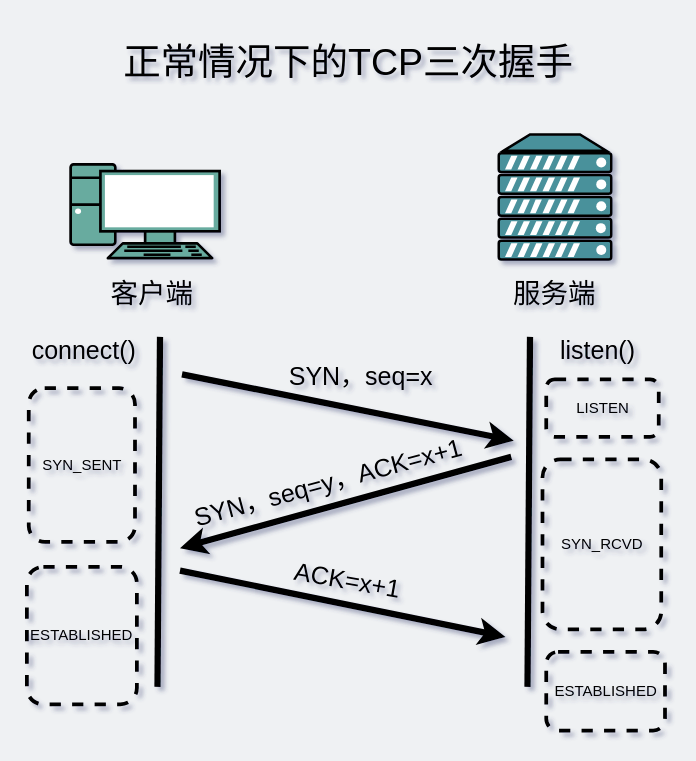
xiaobaiTech/image keeps this draw.io diagram as network/正常情况下的TCP三次握手.drawio. Above is the earlier version. Source tidied: cells renumbered, new cells numbered last; positions are measured from the earlier drawing's top-left corner, leaving out a move shared by most shapes. Both pictures are drawn from the tidied source at 125%, with x=0, y=0 at pixel (26, 44).
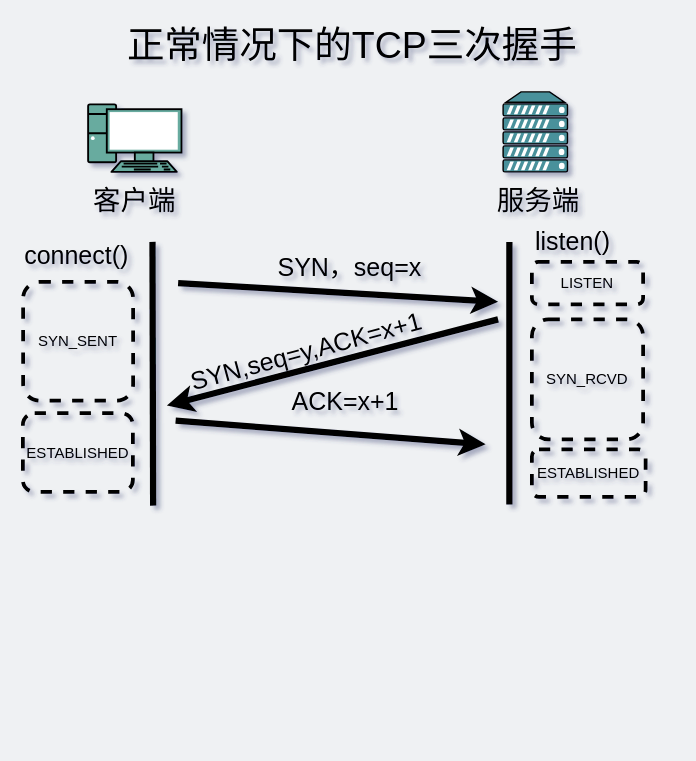
The same page after the edit.

Commit message:
Update 正常情况下的TCP三次握手.drawio

The edit, as a diff of the source:
```diff
@@
     <mxCell id="2" style="fontColor=#0066CC;verticalAlign=top;verticalLabelPosition=bottom;labelPosition=center;align=center;html=1;gradientColor=none;gradientDirection=north;strokeWidth=2;shape=mxgraph.networks.pc;fillColor=#67AB9F;fontSize=30;" parent="1" vertex="1">
-      <mxGeometry x="35" y="96" width="119.2" height="75" as="geometry" />
+      <mxGeometry x="49" y="48" width="74.7" height="54" as="geometry" />
     </mxCell>
     <mxCell id="3" value="客户端" style="text;html=1;strokeColor=none;fillColor=none;align=center;verticalAlign=middle;whiteSpace=wrap;rounded=0;fontSize=22;" parent="1" vertex="1">
-      <mxGeometry x="11" y="190" width="179" height="20" as="geometry" />
+      <mxGeometry x="-3.2" y="116" width="179" height="20" as="geometry" />
     </mxCell>
     <mxCell id="4" style="fontColor=#0066CC;verticalAlign=top;verticalLabelPosition=bottom;labelPosition=center;align=center;html=1;gradientColor=none;gradientDirection=north;strokeWidth=2;shape=mxgraph.networks.server;fillColor=#4A919B;" parent="1" vertex="1">
-      <mxGeometry x="377.5" y="72" width="90" height="100" as="geometry" />
+      <mxGeometry x="381" y="38" width="51.5" height="64" as="geometry" />
     </mxCell>
     <mxCell id="5" value="服务端" style="text;html=1;strokeColor=none;fillColor=none;align=center;verticalAlign=middle;whiteSpace=wrap;rounded=0;fontSize=22;" parent="1" vertex="1">
-      <mxGeometry x="333" y="190" width="179" height="20" as="geometry" />
+      <mxGeometry x="320" y="116" width="179" height="20" as="geometry" />
     </mxCell>
     <mxCell id="6" value="&lt;font style=&quot;font-size: 30px&quot;&gt;正常情况下的TCP三次握手&lt;/font&gt;" style="text;html=1;strokeColor=none;fillColor=none;align=center;verticalAlign=middle;whiteSpace=wrap;rounded=0;" parent="1" vertex="1">
-      <mxGeometry x="60" width="395" height="28" as="geometry" />
+      <mxGeometry x="63" y="-14" width="395" height="28" as="geometry" />
     </mxCell>
     <mxCell id="7" style="endArrow=none;html=1;strokeWidth=5;" parent="1" edge="1">
       <mxGeometry relative="1" as="geometry">
-        <mxPoint x="104.5" y="514" as="sourcePoint" />
-        <mxPoint x="106.5" y="234" as="targetPoint" />
+        <mxPoint x="101" y="369" as="sourcePoint" />
+        <mxPoint x="100.5" y="158" as="targetPoint" />
       </mxGeometry>
     </mxCell>
-    <mxCell id="8" style="endArrow=none;html=1;strokeWidth=5;" parent="1" edge="1">
-      <mxGeometry relative="1" as="geometry">
-        <mxPoint x="400.5" y="514" as="sourcePoint" />
-        <mxPoint x="402.5" y="234" as="targetPoint" />
-      </mxGeometry>
-    </mxCell>
     <mxCell id="9" style="endArrow=classic;html=1;strokeWidth=5;fontSize=20;" parent="1" edge="1">
       <mxGeometry relative="1" as="geometry">
-        <mxPoint x="124.1" y="264" as="sourcePoint" />
-        <mxPoint x="389.5" y="317" as="targetPoint" />
+        <mxPoint x="121" y="191" as="sourcePoint" />
+        <mxPoint x="377" y="206" as="targetPoint" />
       </mxGeometry>
     </mxCell>
     <mxCell id="10" value="SYN，seq=x" style="text;html=1;strokeColor=none;fillColor=none;align=center;verticalAlign=middle;whiteSpace=wrap;rounded=0;fontSize=20;" parent="1" vertex="1">
-      <mxGeometry x="196.5" y="254" width="141" height="21" as="geometry" />
+      <mxGeometry x="188" y="167" width="141" height="21" as="geometry" />
     </mxCell>
     <mxCell id="11" style="endArrow=none;html=1;strokeWidth=5;startArrow=classic;startFill=1;endFill=0;" parent="1" edge="1">
       <mxGeometry relative="1" as="geometry">
-        <mxPoint x="122.5" y="403" as="sourcePoint" />
-        <mxPoint x="387.5" y="330" as="targetPoint" />
+        <mxPoint x="112" y="289" as="sourcePoint" />
+        <mxPoint x="377" y="220" as="targetPoint" />
       </mxGeometry>
     </mxCell>
     <mxCell id="12" style="endArrow=classic;html=1;strokeWidth=5;" parent="1" edge="1">
       <mxGeometry relative="1" as="geometry">
-        <mxPoint x="122.5" y="421" as="sourcePoint" />
-        <mxPoint x="382.9" y="474" as="targetPoint" />
+        <mxPoint x="119" y="301" as="sourcePoint" />
+        <mxPoint x="367" y="320" as="targetPoint" />
       </mxGeometry>
     </mxCell>
     <mxCell id="13" value="connect()" style="text;html=1;strokeColor=none;fillColor=none;align=center;verticalAlign=middle;whiteSpace=wrap;rounded=0;fontSize=20;" parent="1" vertex="1">
-      <mxGeometry x="15.5" y="234" width="60" height="20" as="geometry" />
+      <mxGeometry x="9.5" y="158" width="60" height="20" as="geometry" />
     </mxCell>
     <mxCell id="14" value="listen()" style="text;html=1;strokeColor=none;fillColor=none;align=center;verticalAlign=middle;whiteSpace=wrap;rounded=0;fontSize=20;" parent="1" vertex="1">
-      <mxGeometry x="426.5" y="234" width="60" height="20" as="geometry" />
+      <mxGeometry x="406.5" y="147" width="60" height="20" as="geometry" />
     </mxCell>
     <mxCell id="15" value="SYN_SENT" style="rounded=1;whiteSpace=wrap;html=1;strokeColor=#000000;fillColor=none;dashed=1;strokeWidth=3;" parent="1" vertex="1">
-      <mxGeometry x="1.5" y="275" width="85" height="123" as="geometry" />
+      <mxGeometry x="-3" y="190" width="88" height="95" as="geometry" />
     </mxCell>
     <mxCell id="16" value="LISTEN" style="rounded=1;whiteSpace=wrap;html=1;strokeColor=#000000;fillColor=none;dashed=1;strokeWidth=3;" parent="1" vertex="1">
-      <mxGeometry x="415.5" y="268" width="90" height="46" as="geometry" />
+      <mxGeometry x="404" y="174" width="89" height="34" as="geometry" />
     </mxCell>
     <mxCell id="17" value="&lt;span&gt;SYN_RCVD&lt;/span&gt;" style="rounded=1;whiteSpace=wrap;html=1;strokeColor=#000000;fillColor=none;dashed=1;strokeWidth=3;" parent="1" vertex="1">
-      <mxGeometry x="412.5" y="332" width="95" height="136" as="geometry" />
+      <mxGeometry x="404" y="220" width="89" height="96" as="geometry" />
     </mxCell>
     <mxCell id="18" value="ESTABLISHED" style="rounded=1;whiteSpace=wrap;html=1;strokeColor=#000000;fillColor=none;dashed=1;strokeWidth=3;" parent="1" vertex="1">
-      <mxGeometry x="415.5" y="486" width="95" height="63" as="geometry" />
+      <mxGeometry x="404" y="324" width="91" height="38" as="geometry" />
     </mxCell>
     <mxCell id="19" value="ESTABLISHED" style="rounded=1;whiteSpace=wrap;html=1;strokeColor=#000000;fillColor=none;dashed=1;strokeWidth=3;" parent="1" vertex="1">
-      <mxGeometry y="418" width="88" height="110" as="geometry" />
+      <mxGeometry x="-3.2" y="295" width="88" height="63" as="geometry" />
     </mxCell>
-    <mxCell id="20" value="SYN，seq=y，ACK=x+1" style="text;html=1;strokeColor=none;fillColor=none;align=center;verticalAlign=middle;whiteSpace=wrap;rounded=0;fontSize=20;rotation=-15;" parent="1" vertex="1">
-      <mxGeometry x="105.5" y="335" width="270" height="29" as="geometry" />
+    <mxCell id="20" value="SYN,seq=y,ACK=x+1" style="text;html=1;strokeColor=none;fillColor=none;align=center;verticalAlign=middle;whiteSpace=wrap;rounded=0;fontSize=20;rotation=-15;" parent="1" vertex="1">
+      <mxGeometry x="88.6" y="228.9" width="269" height="32" as="geometry" />
     </mxCell>
-    <mxCell id="21" value="ACK=x+1" style="text;html=1;strokeColor=none;fillColor=none;align=center;verticalAlign=middle;whiteSpace=wrap;rounded=0;dashed=1;fontSize=20;rotation=10;" parent="1" vertex="1">
-      <mxGeometry x="190.5" y="418" width="132" height="20" as="geometry" />
+    <mxCell id="21" value="ACK=x+1" style="text;html=1;strokeColor=none;fillColor=none;align=center;verticalAlign=middle;whiteSpace=wrap;rounded=0;dashed=1;fontSize=20;rotation=0;" parent="1" vertex="1">
+      <mxGeometry x="189" y="275" width="132" height="20" as="geometry" />
     </mxCell>
+    <mxCell id="22" style="endArrow=none;html=1;strokeWidth=5;" parent="1" edge="1">
+      <mxGeometry relative="1" as="geometry">
+        <mxPoint x="386" y="368" as="sourcePoint" />
+        <mxPoint x="386" y="158" as="targetPoint" />
+      </mxGeometry>
+    </mxCell>
```
